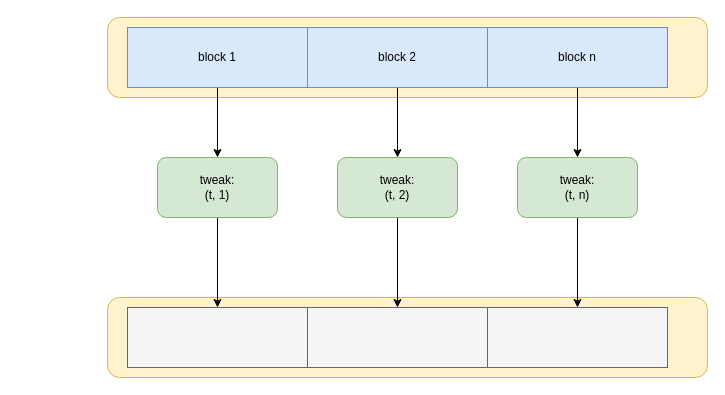
Before: disk_encryption.drawio in da0p/diagram-notes, a draw.io diagram. Source tidied: cells renumbered, new cells numbered last; positions are measured from the earlier drawing's top-left corner, leaving out a move shared by most shapes. Both pictures are drawn from the tidied source at 100%, with x=0, y=0 at pixel (107, 17).
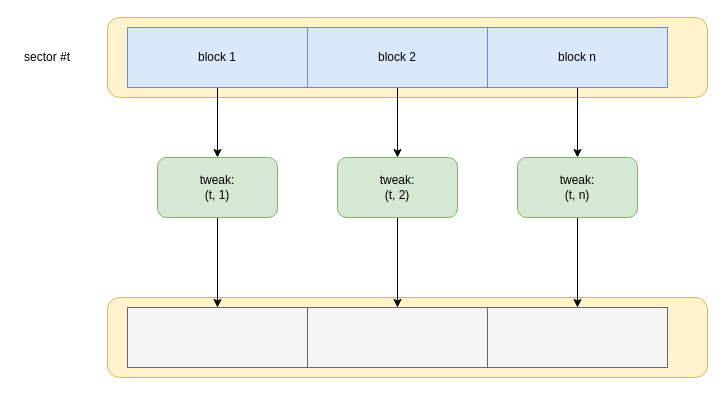
After the change.

The edit, as a diff of the source:
```diff
@@
 <mxGraphModel>
   <root>
     <mxCell id="0" />
     <mxCell id="1" parent="0" />
     <mxCell id="2" style="rounded=1;whiteSpace=wrap;html=1;fillColor=#fff2cc;strokeColor=#d6b656;" parent="1" vertex="1">
       <mxGeometry y="280" width="600" height="80" as="geometry" />
     </mxCell>
     <mxCell id="3" style="rounded=1;whiteSpace=wrap;html=1;fillColor=#fff2cc;strokeColor=#d6b656;" parent="1" vertex="1">
       <mxGeometry width="600" height="80" as="geometry" />
     </mxCell>
     <mxCell id="4" style="edgeStyle=orthogonalEdgeStyle;rounded=0;jettySize=auto;html=1;" parent="1" edge="1" source="5" target="11">
       <mxGeometry relative="1" as="geometry" />
     </mxCell>
     <mxCell id="5" value="block 1" style="rounded=0;whiteSpace=wrap;html=1;fillColor=#dae8fc;strokeColor=#6c8ebf;" parent="1" vertex="1">
       <mxGeometry x="20" y="10" width="180" height="60" as="geometry" />
     </mxCell>
     <mxCell id="6" style="edgeStyle=orthogonalEdgeStyle;rounded=0;jettySize=auto;html=1;" parent="1" edge="1" source="7" target="13">
       <mxGeometry relative="1" as="geometry" />
     </mxCell>
     <mxCell id="7" value="block 2" style="rounded=0;whiteSpace=wrap;html=1;fillColor=#dae8fc;strokeColor=#6c8ebf;" parent="1" vertex="1">
       <mxGeometry x="200" y="10" width="180" height="60" as="geometry" />
     </mxCell>
     <mxCell id="8" style="edgeStyle=orthogonalEdgeStyle;rounded=0;jettySize=auto;html=1;" parent="1" edge="1" source="9" target="15">
       <mxGeometry relative="1" as="geometry" />
     </mxCell>
     <mxCell id="9" value="block n" style="rounded=0;whiteSpace=wrap;html=1;fillColor=#dae8fc;strokeColor=#6c8ebf;" parent="1" vertex="1">
       <mxGeometry x="380" y="10" width="180" height="60" as="geometry" />
     </mxCell>
     <mxCell id="10" style="edgeStyle=orthogonalEdgeStyle;rounded=0;jettySize=auto;html=1;" parent="1" edge="1" source="11" target="16">
       <mxGeometry relative="1" as="geometry" />
     </mxCell>
     <mxCell id="11" value="tweak:&lt;br&gt;(t, 1)" style="rounded=1;whiteSpace=wrap;html=1;fillColor=#d5e8d4;strokeColor=#82b366;" parent="1" vertex="1">
       <mxGeometry x="50" y="140" width="120" height="60" as="geometry" />
     </mxCell>
     <mxCell id="12" style="edgeStyle=orthogonalEdgeStyle;rounded=0;jettySize=auto;html=1;" parent="1" edge="1" source="13" target="17">
       <mxGeometry relative="1" as="geometry" />
     </mxCell>
     <mxCell id="13" value="tweak:&lt;br&gt;(t, 2)" style="rounded=1;whiteSpace=wrap;html=1;fillColor=#d5e8d4;strokeColor=#82b366;" parent="1" vertex="1">
       <mxGeometry x="230" y="140" width="120" height="60" as="geometry" />
     </mxCell>
     <mxCell id="14" style="edgeStyle=orthogonalEdgeStyle;rounded=0;jettySize=auto;html=1;" parent="1" edge="1" source="15" target="18">
       <mxGeometry relative="1" as="geometry" />
     </mxCell>
     <mxCell id="15" value="tweak:&lt;br&gt;(t, n)" style="rounded=1;whiteSpace=wrap;html=1;fillColor=#d5e8d4;strokeColor=#82b366;" parent="1" vertex="1">
       <mxGeometry x="410" y="140" width="120" height="60" as="geometry" />
     </mxCell>
     <mxCell id="16" style="rounded=0;whiteSpace=wrap;html=1;fillColor=#f5f5f5;fontColor=#333333;strokeColor=#666666;" parent="1" vertex="1">
       <mxGeometry x="20" y="290" width="180" height="60" as="geometry" />
     </mxCell>
     <mxCell id="17" style="rounded=0;whiteSpace=wrap;html=1;fillColor=#f5f5f5;fontColor=#333333;strokeColor=#666666;" parent="1" vertex="1">
       <mxGeometry x="200" y="290" width="180" height="60" as="geometry" />
     </mxCell>
     <mxCell id="18" style="rounded=0;whiteSpace=wrap;html=1;fillColor=#f5f5f5;fontColor=#333333;strokeColor=#666666;" parent="1" vertex="1">
       <mxGeometry x="380" y="290" width="180" height="60" as="geometry" />
     </mxCell>
+    <mxCell id="19" value="sector #t" style="text;html=1;align=center;verticalAlign=middle;whiteSpace=wrap;rounded=0;" parent="1" vertex="1">
+      <mxGeometry x="-90" y="25" width="60" height="30" as="geometry" />
+    </mxCell>
   </root>
 </mxGraphModel>
```
